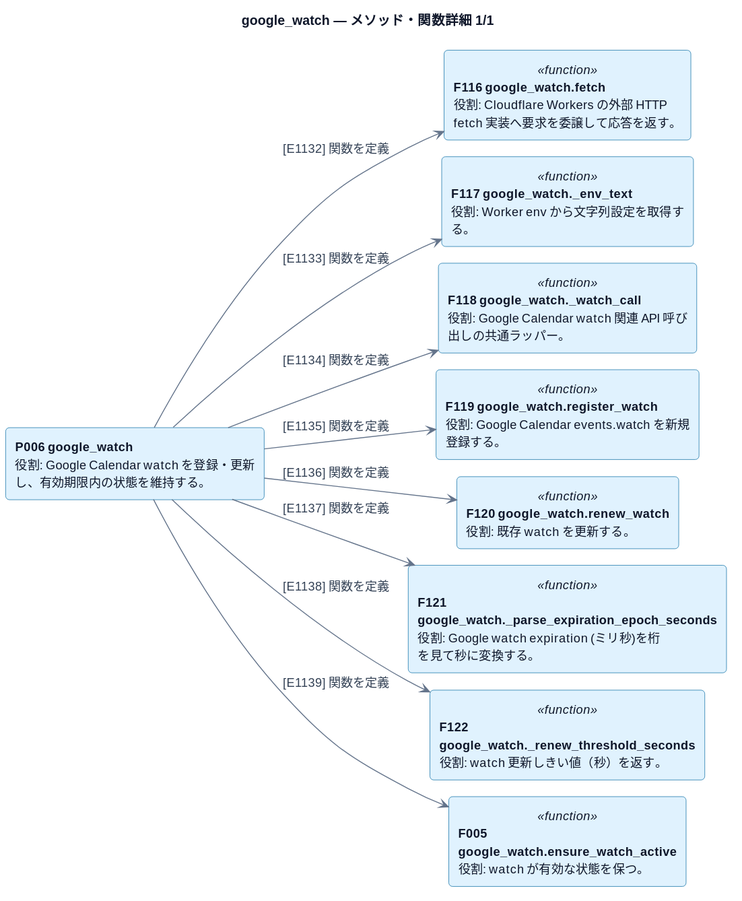
Before: docs/architecture/plantuml/rendered/methods/google-watch.svg, a diagram exported from PlantUML (ichipiro/IE_Event_Bot).
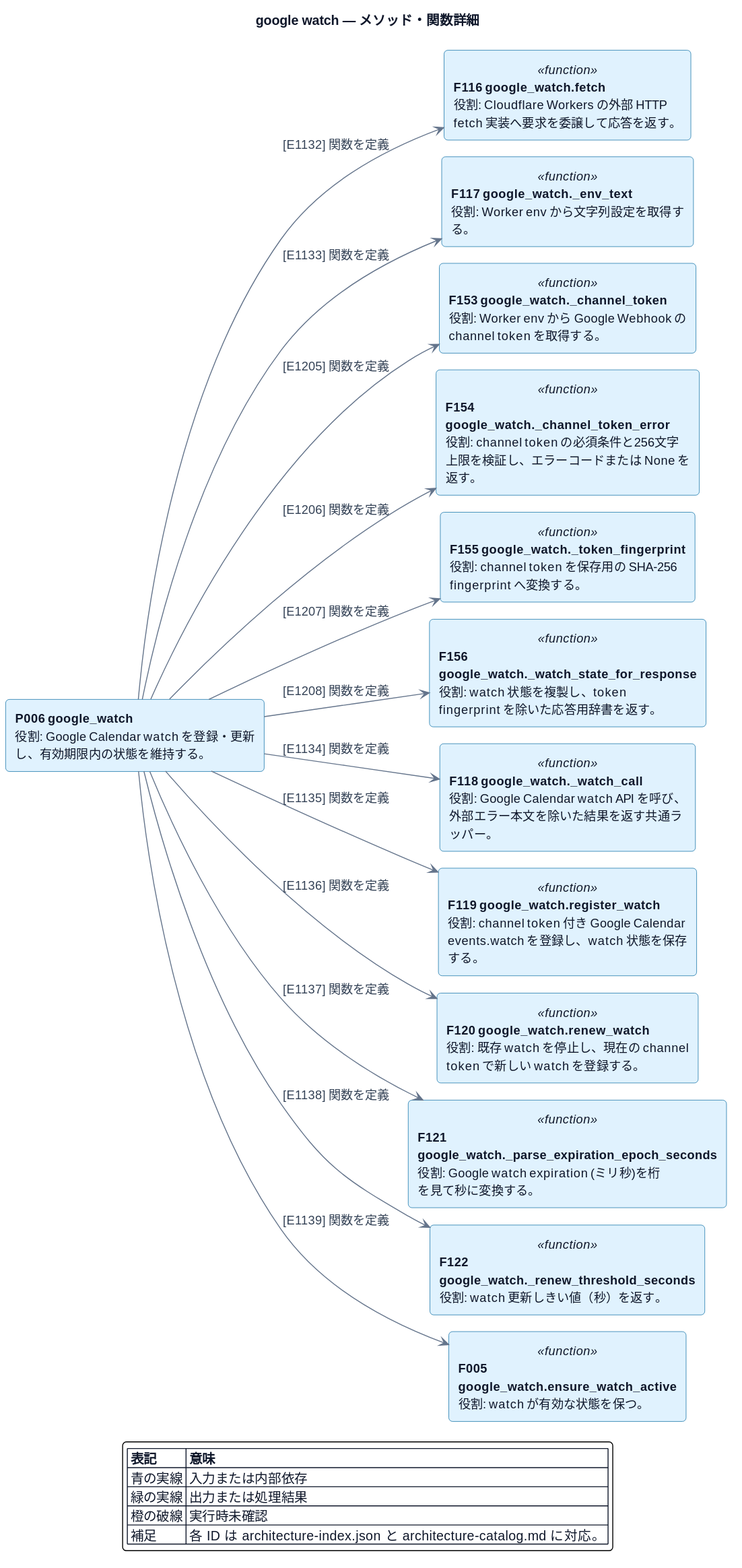
The same file after the commit.

Change to the diagram source:
```diff
@@ -1,6 +1,6 @@
 @startuml
 !include ../_shared/style.puml
-title google_watch — メソッド・関数詳細 1/1
+title google watch — メソッド・関数詳細
 !pragma layout smetana
 left to right direction
 component "<b>P006 google_watch</b>\n役割: Google Calendar watch を登録・更新し、有効期限内の状態を維持する。" as P006
@@ -8,11 +8,19 @@
 P006 -[#64748B]-> F116 : [E1132] 関数を定義
 rectangle "<b>F117 google_watch._env_text</b>\n役割: Worker env から文字列設定を取得する。" as F117 <<function>>
 P006 -[#64748B]-> F117 : [E1133] 関数を定義
-rectangle "<b>F118 google_watch._watch_call</b>\n役割: Google Calendar watch 関連 API 呼び出しの共通ラッパー。" as F118 <<function>>
+rectangle "<b>F153 google_watch._channel_token</b>\n役割: Worker env から Google Webhook の channel token を取得する。" as F153 <<function>>
+P006 -[#64748B]-> F153 : [E1205] 関数を定義
+rectangle "<b>F154 google_watch._channel_token_error</b>\n役割: channel token の必須条件と256文字上限を検証し、エラーコードまたは None を返す。" as F154 <<function>>
+P006 -[#64748B]-> F154 : [E1206] 関数を定義
+rectangle "<b>F155 google_watch._token_fingerprint</b>\n役割: channel token を保存用の SHA-256 fingerprint へ変換する。" as F155 <<function>>
+P006 -[#64748B]-> F155 : [E1207] 関数を定義
+rectangle "<b>F156 google_watch._watch_state_for_response</b>\n役割: watch 状態を複製し、token fingerprint を除いた応答用辞書を返す。" as F156 <<function>>
+P006 -[#64748B]-> F156 : [E1208] 関数を定義
+rectangle "<b>F118 google_watch._watch_call</b>\n役割: Google Calendar watch API を呼び、外部エラー本文を除いた結果を返す共通ラッパー。" as F118 <<function>>
 P006 -[#64748B]-> F118 : [E1134] 関数を定義
-rectangle "<b>F119 google_watch.register_watch</b>\n役割: Google Calendar events.watch を新規登録する。" as F119 <<function>>
+rectangle "<b>F119 google_watch.register_watch</b>\n役割: channel token 付き Google Calendar events.watch を登録し、watch 状態を保存する。" as F119 <<function>>
 P006 -[#64748B]-> F119 : [E1135] 関数を定義
-rectangle "<b>F120 google_watch.renew_watch</b>\n役割: 既存 watch を更新する。" as F120 <<function>>
+rectangle "<b>F120 google_watch.renew_watch</b>\n役割: 既存 watch を停止し、現在の channel token で新しい watch を登録する。" as F120 <<function>>
 P006 -[#64748B]-> F120 : [E1136] 関数を定義
 rectangle "<b>F121 google_watch._parse_expiration_epoch_seconds</b>\n役割: Google watch expiration (ミリ秒)を桁を見て秒に変換する。" as F121 <<function>>
 P006 -[#64748B]-> F121 : [E1137] 関数を定義
@@ -20,4 +28,11 @@
 P006 -[#64748B]-> F122 : [E1138] 関数を定義
 rectangle "<b>F005 google_watch.ensure_watch_active</b>\n役割: watch が有効な状態を保つ。" as F005 <<function>>
 P006 -[#64748B]-> F005 : [E1139] 関数を定義
+legend bottom
+  |= 表記 |= 意味 |
+  | 青の実線 | 入力または内部依存 |
+  | 緑の実線 | 出力または処理結果 |
+  | 橙の破線 | 実行時未確認 |
+  | 補足 | 各 ID は architecture-index.json と architecture-catalog.md に対応。 |
+endlegend
 @enduml
```
